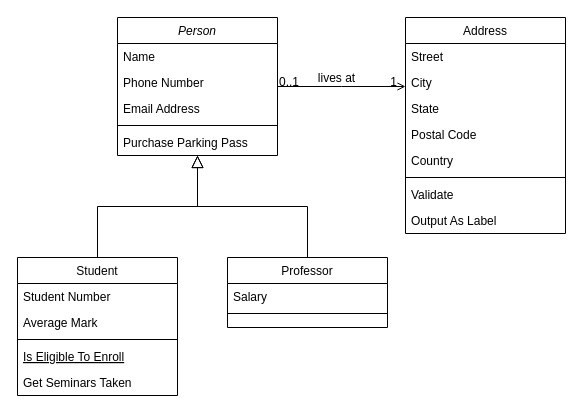
Before: Diagrama sem nome.drawio in antonioscarvalho/exercicios_em_python, a draw.io diagram. Source tidied: cells renumbered, new cells numbered last; positions are measured from the earlier drawing's top-left corner, leaving out a move shared by most shapes. Both pictures are drawn from the tidied source at 100%, with x=0, y=0 at pixel (17, 17).
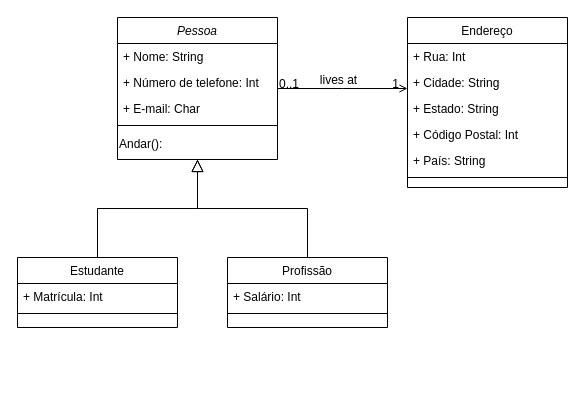
After the change.

What changed in the source:
```diff
@@
-    <mxCell id="2" value="Person" style="swimlane;fontStyle=2;align=center;verticalAlign=top;horizontal=1;startSize=26;rounded=0;shadow=0;strokeWidth=1;" parent="1" vertex="1">
-      <mxGeometry x="100" width="160" height="138" as="geometry" />
+    <mxCell id="2" value="Pessoa" style="swimlane;fontStyle=2;align=center;verticalAlign=top;horizontal=1;startSize=26;rounded=0;shadow=0;strokeWidth=1;" parent="1" vertex="1">
+      <mxGeometry x="100" width="160" height="142" as="geometry" />
     </mxCell>
-    <mxCell id="3" value="Name" style="text;align=left;verticalAlign=top;spacingLeft=4;spacingRight=4;overflow=hidden;" parent="2" vertex="1">
+    <mxCell id="3" value="+ Nome: String" style="text;align=left;verticalAlign=top;spacingLeft=4;spacingRight=4;overflow=hidden;" parent="2" vertex="1">
       <mxGeometry y="26" width="160" height="26" as="geometry" />
     </mxCell>
-    <mxCell id="4" value="Phone Number" style="text;align=left;verticalAlign=top;spacingLeft=4;spacingRight=4;overflow=hidden;rounded=0;shadow=0;html=0;" parent="2" vertex="1">
+    <mxCell id="4" value="+ Número de telefone: Int" style="text;align=left;verticalAlign=top;spacingLeft=4;spacingRight=4;overflow=hidden;rounded=0;shadow=0;html=0;" parent="2" vertex="1">
       <mxGeometry y="52" width="160" height="26" as="geometry" />
     </mxCell>
-    <mxCell id="5" value="Email Address" style="text;align=left;verticalAlign=top;spacingLeft=4;spacingRight=4;overflow=hidden;rounded=0;shadow=0;html=0;" parent="2" vertex="1">
+    <mxCell id="5" value="+ E-mail: Char" style="text;align=left;verticalAlign=top;spacingLeft=4;spacingRight=4;overflow=hidden;rounded=0;shadow=0;html=0;" parent="2" vertex="1">
       <mxGeometry y="78" width="160" height="26" as="geometry" />
     </mxCell>
@@
-    <mxCell id="7" value="Purchase Parking Pass" style="text;align=left;verticalAlign=top;spacingLeft=4;spacingRight=4;overflow=hidden;" parent="2" vertex="1">
-      <mxGeometry y="112" width="160" height="26" as="geometry" />
-    </mxCell>
+    <mxCell id="32" value="Andar():" style="text;html=1;strokeColor=none;fillColor=none;align=left;verticalAlign=middle;whiteSpace=wrap;rounded=0;" parent="2" vertex="1">
+      <mxGeometry y="112" width="160" height="30" as="geometry" />
+    </mxCell>
-    <mxCell id="8" value="Student" style="swimlane;fontStyle=0;align=center;verticalAlign=top;horizontal=1;startSize=26;rounded=0;shadow=0;strokeWidth=1;" parent="1" vertex="1">
-      <mxGeometry y="240" width="160" height="138" as="geometry" />
+    <mxCell id="8" value="Estudante" style="swimlane;fontStyle=0;align=center;verticalAlign=top;horizontal=1;startSize=26;rounded=0;shadow=0;strokeWidth=1;" parent="1" vertex="1">
+      <mxGeometry y="240" width="160" height="70" as="geometry" />
     </mxCell>
-    <mxCell id="9" value="Student Number" style="text;align=left;verticalAlign=top;spacingLeft=4;spacingRight=4;overflow=hidden;" parent="8" vertex="1">
+    <mxCell id="9" value="+ Matrícula: Int" style="text;align=left;verticalAlign=top;spacingLeft=4;spacingRight=4;overflow=hidden;" parent="8" vertex="1">
       <mxGeometry y="26" width="160" height="26" as="geometry" />
     </mxCell>
-    <mxCell id="10" value="Average Mark" style="text;align=left;verticalAlign=top;spacingLeft=4;spacingRight=4;overflow=hidden;rounded=0;shadow=0;html=0;" parent="8" vertex="1">
-      <mxGeometry y="52" width="160" height="26" as="geometry" />
-    </mxCell>
     <mxCell id="11" style="line;html=1;strokeWidth=1;align=left;verticalAlign=middle;spacingTop=-1;spacingLeft=3;spacingRight=3;labelPosition=right;" parent="8" vertex="1">
-      <mxGeometry y="78" width="160" height="8" as="geometry" />
+      <mxGeometry y="52" width="160" height="8" as="geometry" />
     </mxCell>
-    <mxCell id="12" value="Is Eligible To Enroll" style="text;align=left;verticalAlign=top;spacingLeft=4;spacingRight=4;overflow=hidden;fontStyle=4;" parent="8" vertex="1">
-      <mxGeometry y="86" width="160" height="26" as="geometry" />
-    </mxCell>
-    <mxCell id="13" value="Get Seminars Taken" style="text;align=left;verticalAlign=top;spacingLeft=4;spacingRight=4;overflow=hidden;" parent="8" vertex="1">
-      <mxGeometry y="112" width="160" height="26" as="geometry" />
-    </mxCell>
@@
-    <mxCell id="15" value="Professor" style="swimlane;fontStyle=0;align=center;verticalAlign=top;horizontal=1;startSize=26;rounded=0;shadow=0;strokeWidth=1;" parent="1" vertex="1">
+    <mxCell id="15" value="Profissão" style="swimlane;fontStyle=0;align=center;verticalAlign=top;horizontal=1;startSize=26;rounded=0;shadow=0;strokeWidth=1;" parent="1" vertex="1">
       <mxGeometry x="210" y="240" width="160" height="70" as="geometry" />
     </mxCell>
-    <mxCell id="16" value="Salary" style="text;align=left;verticalAlign=top;spacingLeft=4;spacingRight=4;overflow=hidden;" parent="15" vertex="1">
+    <mxCell id="16" value="+ Salário: Int" style="text;align=left;verticalAlign=top;spacingLeft=4;spacingRight=4;overflow=hidden;" parent="15" vertex="1">
       <mxGeometry y="26" width="160" height="26" as="geometry" />
     </mxCell>
@@
-    <mxCell id="19" value="Address" style="swimlane;fontStyle=0;align=center;verticalAlign=top;horizontal=1;startSize=26;rounded=0;shadow=0;strokeWidth=1;" parent="1" vertex="1">
-      <mxGeometry x="388" width="160" height="216" as="geometry" />
+    <mxCell id="19" value="Endereço" style="swimlane;fontStyle=0;align=center;verticalAlign=top;horizontal=1;startSize=26;rounded=0;shadow=0;strokeWidth=1;" parent="1" vertex="1">
+      <mxGeometry x="390" width="160" height="170" as="geometry" />
     </mxCell>
-    <mxCell id="20" value="Street" style="text;align=left;verticalAlign=top;spacingLeft=4;spacingRight=4;overflow=hidden;" parent="19" vertex="1">
+    <mxCell id="20" value="+ Rua: Int" style="text;align=left;verticalAlign=top;spacingLeft=4;spacingRight=4;overflow=hidden;" parent="19" vertex="1">
       <mxGeometry y="26" width="160" height="26" as="geometry" />
     </mxCell>
-    <mxCell id="21" value="City" style="text;align=left;verticalAlign=top;spacingLeft=4;spacingRight=4;overflow=hidden;rounded=0;shadow=0;html=0;" parent="19" vertex="1">
+    <mxCell id="21" value="+ Cidade: String" style="text;align=left;verticalAlign=top;spacingLeft=4;spacingRight=4;overflow=hidden;rounded=0;shadow=0;html=0;" parent="19" vertex="1">
       <mxGeometry y="52" width="160" height="26" as="geometry" />
     </mxCell>
-    <mxCell id="22" value="State" style="text;align=left;verticalAlign=top;spacingLeft=4;spacingRight=4;overflow=hidden;rounded=0;shadow=0;html=0;" parent="19" vertex="1">
+    <mxCell id="22" value="+ Estado: String" style="text;align=left;verticalAlign=top;spacingLeft=4;spacingRight=4;overflow=hidden;rounded=0;shadow=0;html=0;" parent="19" vertex="1">
       <mxGeometry y="78" width="160" height="26" as="geometry" />
     </mxCell>
-    <mxCell id="23" value="Postal Code" style="text;align=left;verticalAlign=top;spacingLeft=4;spacingRight=4;overflow=hidden;rounded=0;shadow=0;html=0;" parent="19" vertex="1">
+    <mxCell id="23" value="+ Código Postal: Int" style="text;align=left;verticalAlign=top;spacingLeft=4;spacingRight=4;overflow=hidden;rounded=0;shadow=0;html=0;" parent="19" vertex="1">
       <mxGeometry y="104" width="160" height="26" as="geometry" />
     </mxCell>
-    <mxCell id="24" value="Country" style="text;align=left;verticalAlign=top;spacingLeft=4;spacingRight=4;overflow=hidden;rounded=0;shadow=0;html=0;" parent="19" vertex="1">
+    <mxCell id="24" value="+ País: String" style="text;align=left;verticalAlign=top;spacingLeft=4;spacingRight=4;overflow=hidden;rounded=0;shadow=0;html=0;" parent="19" vertex="1">
       <mxGeometry y="130" width="160" height="26" as="geometry" />
     </mxCell>
@@
-    <mxCell id="26" value="Validate" style="text;align=left;verticalAlign=top;spacingLeft=4;spacingRight=4;overflow=hidden;" parent="19" vertex="1">
-      <mxGeometry y="164" width="160" height="26" as="geometry" />
-    </mxCell>
-    <mxCell id="27" value="Output As Label" style="text;align=left;verticalAlign=top;spacingLeft=4;spacingRight=4;overflow=hidden;" parent="19" vertex="1">
-      <mxGeometry y="190" width="160" height="26" as="geometry" />
-    </mxCell>
```
